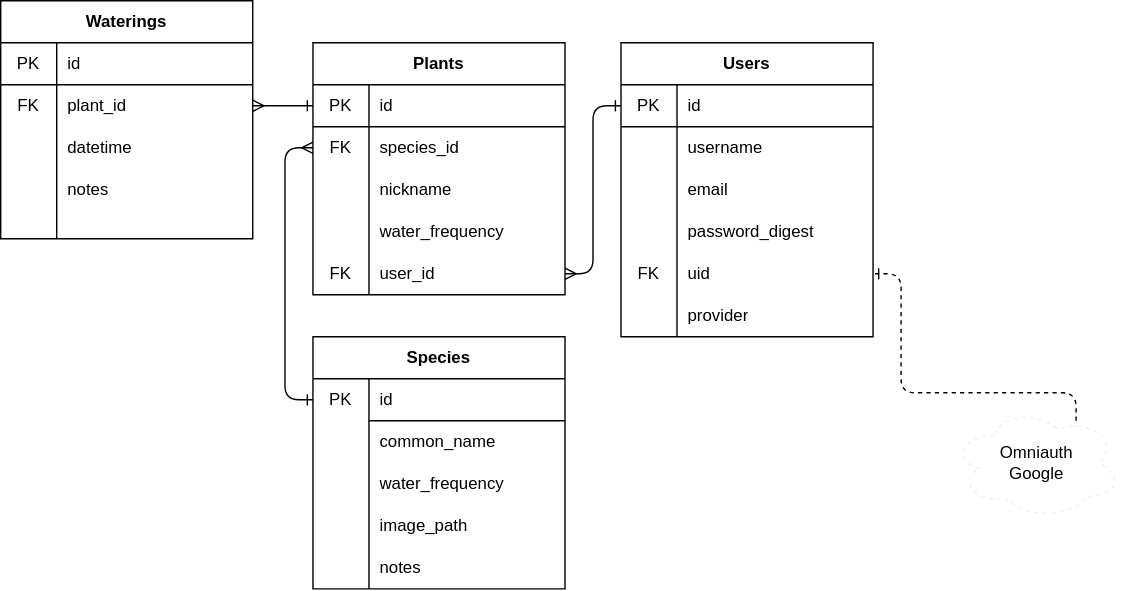
karsonkalt/houseplant_helper keeps this draw.io diagram as db/schema.drawio.svg. Above is the earlier version. Source tidied: cells renumbered, new cells last; positions are measured from the earlier drawing's top-left corner, leaving out a move shared by most shapes.
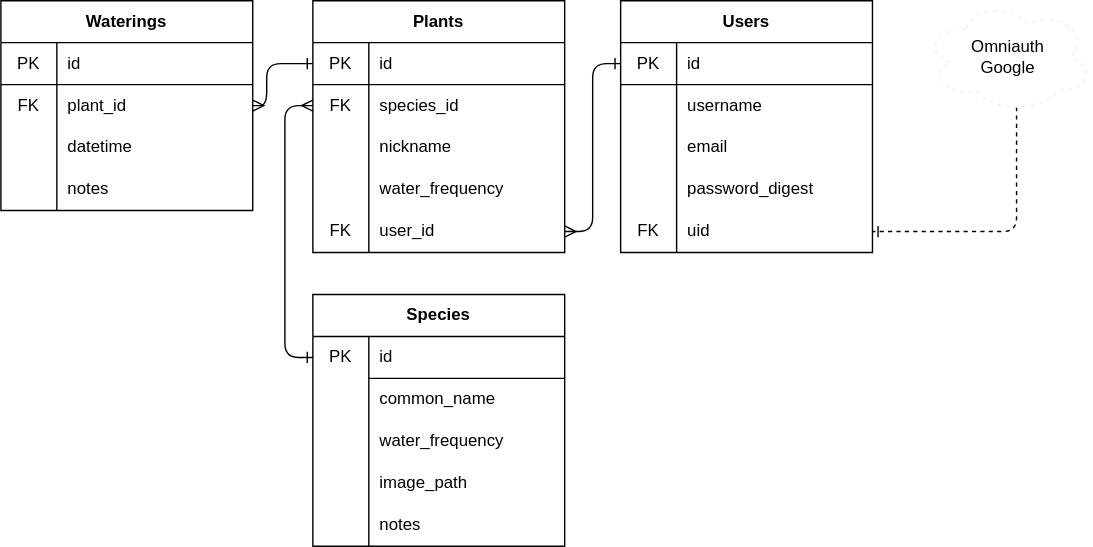
Above is the later version.

The edit, as a diff of the source:
```diff
@@ -51,7 +51,7 @@
       <mxGeometry x="40" width="140" height="30" as="geometry" />
     </mxCell>
     <mxCell id="18" value="Users" style="shape=table;html=1;whiteSpace=wrap;startSize=30;rowLines=0;fontStyle=1;align=center;" parent="1" vertex="1">
-      <mxGeometry x="443" y="30" width="180" height="210" as="geometry" />
+      <mxGeometry x="443" y="30" width="180" height="180" as="geometry" />
     </mxCell>
     <mxCell id="19" style="shape=partialRectangle;html=1;whiteSpace=wrap;fillColor=none;top=0;left=0;bottom=1;right=0;points=[[0,0.5],[1,0.5]];portConstraint=eastwest;" parent="18" vertex="1">
       <mxGeometry y="30" width="180" height="30" as="geometry" />
@@ -98,17 +98,8 @@
     <mxCell id="33" value="uid" style="shape=partialRectangle;html=1;whiteSpace=wrap;fillColor=none;top=0;left=0;bottom=0;right=0;align=left;spacingLeft=6;overflow=hidden;" parent="31" vertex="1">
       <mxGeometry x="40" width="140" height="30" as="geometry" />
     </mxCell>
-    <mxCell id="34" style="shape=partialRectangle;html=1;whiteSpace=wrap;fillColor=none;top=0;left=0;bottom=0;right=0;" parent="18" vertex="1">
-      <mxGeometry y="180" width="180" height="30" as="geometry" />
-    </mxCell>
-    <mxCell id="35" style="shape=partialRectangle;html=1;whiteSpace=wrap;fillColor=none;top=0;left=0;bottom=0;right=0;overflow=hidden;" parent="34" vertex="1">
-      <mxGeometry width="40" height="30" as="geometry" />
-    </mxCell>
-    <mxCell id="36" value="provider" style="shape=partialRectangle;html=1;whiteSpace=wrap;fillColor=none;top=0;left=0;bottom=0;right=0;align=left;spacingLeft=6;overflow=hidden;" parent="34" vertex="1">
-      <mxGeometry x="40" width="140" height="30" as="geometry" />
-    </mxCell>
     <mxCell id="37" value="Waterings" style="shape=table;html=1;whiteSpace=wrap;startSize=30;rowLines=0;fontStyle=1;align=center;" parent="1" vertex="1">
-      <mxGeometry width="180" height="170" as="geometry" />
+      <mxGeometry y="30" width="180" height="150" as="geometry" />
     </mxCell>
     <mxCell id="38" style="shape=partialRectangle;html=1;whiteSpace=wrap;fillColor=none;top=0;left=0;bottom=1;right=0;" parent="37" vertex="1">
       <mxGeometry y="30" width="180" height="30" as="geometry" />
@@ -140,8 +131,8 @@
     <mxCell id="47" style="edgeStyle=orthogonalEdgeStyle;jettySize=auto;html=1;exitX=0;exitY=0.5;exitDx=0;exitDy=0;startArrow=ERone;startFill=0;rounded=1;endArrow=ERmany;endFill=0;entryX=1;entryY=0.5;entryDx=0;entryDy=0;" parent="1" edge="1" source="3" target="41">
       <mxGeometry relative="1" as="geometry">
         <Array as="points">
-          <mxPoint x="193" y="75" />
-          <mxPoint x="193" y="75" />
+          <mxPoint x="190" y="75" />
+          <mxPoint x="190" y="105" />
         </Array>
       </mxGeometry>
     </mxCell>
@@ -196,24 +187,21 @@
     <mxCell id="64" style="edgeStyle=orthogonalEdgeStyle;rounded=1;jettySize=auto;html=1;exitX=0;exitY=0.5;exitDx=0;exitDy=0;entryX=0;entryY=0.5;entryDx=0;entryDy=0;startArrow=ERmany;startFill=0;endArrow=ERone;endFill=0;" parent="1" edge="1" source="6" target="49">
       <mxGeometry relative="1" as="geometry" />
     </mxCell>
-    <mxCell id="65" style="edgeStyle=orthogonalEdgeStyle;rounded=1;jettySize=auto;html=1;entryX=1;entryY=0.5;entryDx=0;entryDy=0;startArrow=none;startFill=0;endArrow=ERone;endFill=0;exitX=0.875;exitY=0.5;exitDx=0;exitDy=0;exitPerimeter=0;dashed=1;" parent="1" edge="1" target="31">
+    <mxCell id="65" style="edgeStyle=orthogonalEdgeStyle;rounded=1;jettySize=auto;html=1;entryX=1;entryY=0.5;entryDx=0;entryDy=0;startArrow=none;startFill=0;endArrow=ERone;endFill=0;exitX=0.55;exitY=0.95;exitDx=0;exitDy=0;exitPerimeter=0;dashed=1;" parent="1" edge="1" source="66" target="31">
       <mxGeometry relative="1" as="geometry">
-        <mxPoint x="768" y="300" as="sourcePoint" />
         <Array as="points">
-          <mxPoint x="768" y="280" />
-          <mxPoint x="643" y="280" />
-          <mxPoint x="643" y="195" />
+          <mxPoint x="726" y="195" />
         </Array>
       </mxGeometry>
     </mxCell>
     <mxCell id="66" value="Omniauth&lt;br&gt;Google" style="ellipse;shape=cloud;whiteSpace=wrap;html=1;dashed=1;strokeColor=#f0f0f0;strokeWidth=1;" parent="1" vertex="1">
-      <mxGeometry x="680" y="290" width="120" height="80" as="geometry" />
+      <mxGeometry x="660" y="30" width="120" height="80" as="geometry" />
     </mxCell>
     <mxCell id="67" style="edgeStyle=orthogonalEdgeStyle;rounded=1;jettySize=auto;html=1;entryX=1;entryY=0.5;entryDx=0;entryDy=0;endArrow=ERmany;endFill=0;startArrow=ERone;startFill=0;" parent="1" edge="1" source="19" target="15">
       <mxGeometry relative="1" as="geometry" />
     </mxCell>
     <mxCell id="68" style="shape=partialRectangle;html=1;whiteSpace=wrap;fillColor=none;top=0;left=0;bottom=0;right=0;" parent="1" vertex="1">
-      <mxGeometry y="120" width="180" height="30" as="geometry" />
+      <mxGeometry y="150" width="180" height="30" as="geometry" />
     </mxCell>
     <mxCell id="69" style="shape=partialRectangle;html=1;whiteSpace=wrap;fillColor=none;top=0;left=0;bottom=0;right=0;overflow=hidden;" parent="68" vertex="1">
       <mxGeometry width="40" height="30" as="geometry" />
```
